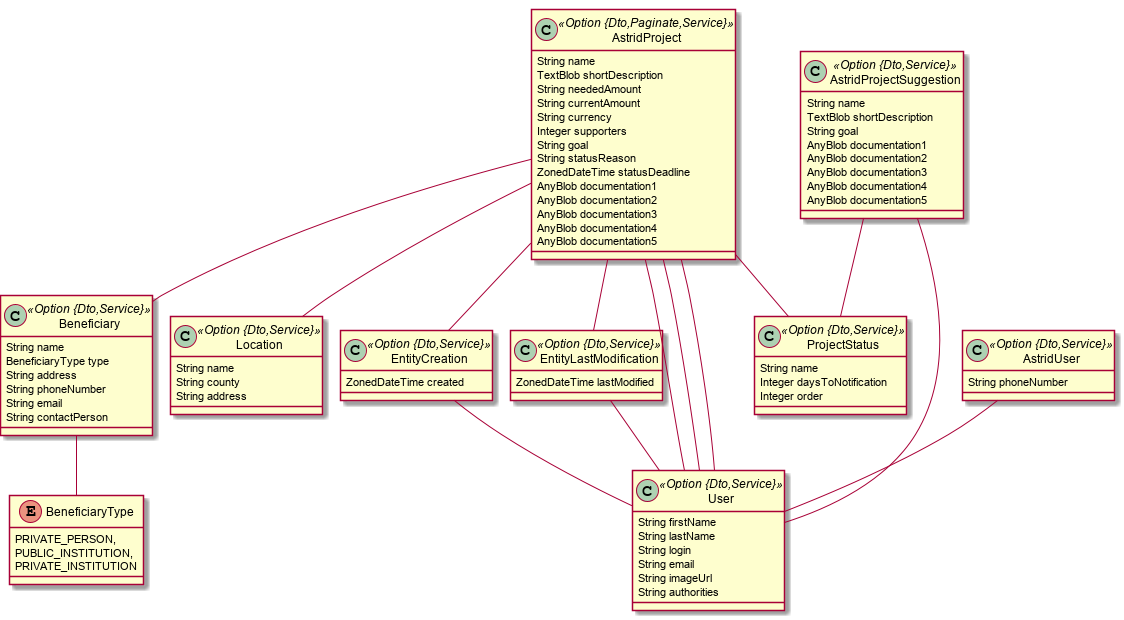
This is astrid-diaspora.png from popica14/astrid-diaspora, a PlantUML export, as it was before one commit.
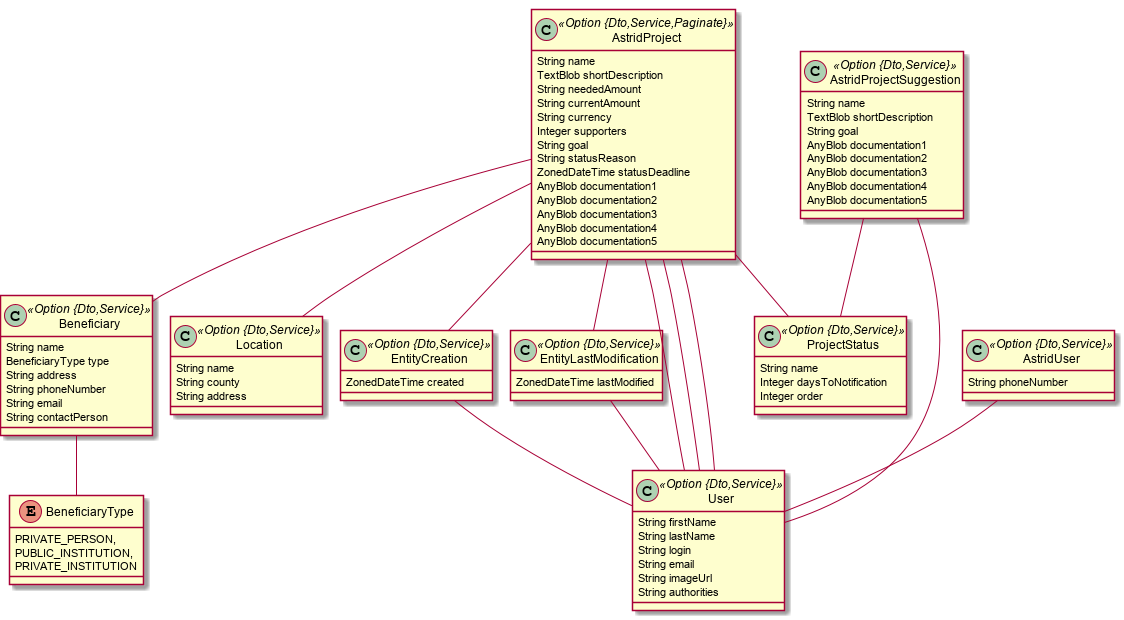
Above is the later version.

Commit message:
project status mandatory field

Diff of the diagram source:
```diff
@@ -1,7 +1,7 @@
 @startuml
 	!pragma graphviz_dot jdot
 	!pragma syntax class
-	class AstridProject <<Option {Dto,Paginate,Service}>> {
+	class AstridProject <<Option {Dto,Service,Paginate}>> {
 		String name
 		TextBlob shortDescription
 		String neededAmount
@@ -63,7 +63,7 @@
 	AstridProject  "responsible(login)  1..* " o-- "0..1 "  User
 	AstridProject  "initiator(login)  1..* " o-- "0..1 "  User
 	AstridProjectSuggestion  "initiator(login)  1..* " o-- "0..1 "  User
-	AstridProject  "status(name) 0..* " o-- "0..1 "  ProjectStatus
+	AstridProject  "status(name)  1..* " o-- "0..1 "  ProjectStatus
 	AstridProjectSuggestion  "status(name) 0..* " o-- "0..1 "  ProjectStatus
 	AstridProject  "location(name) 0..* " o-- "0..1 "  Location
 	EntityLastModification  "lastModifiedBy(login)  1..* " o-- "0..1 "  User
```
